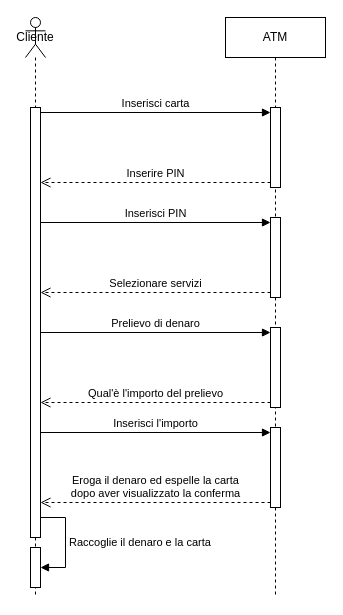
Above: DiagrammaDiSequenza.drawio in HattyDoge/SnowWhite (draw.io), before the change. Source tidied: cells renumbered, new cells numbered last; positions are measured from the earlier drawing's top-left corner, leaving out a move shared by most shapes. Both pictures are drawn from the tidied source at 100%, with x=0, y=0 at pixel (25, 17).
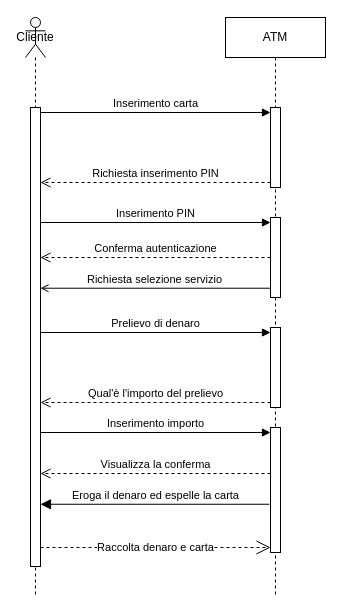
Above is the later version.

The change refers to these unchanged cells:
```xml
<mxCell id="2" value="Cliente" style="shape=umlLifeline;perimeter=lifelinePerimeter;whiteSpace=wrap;html=1;newEdgeStyle={&quot;curved&quot;:0,&quot;rounded&quot;:0};participant=umlActor;" parent="1" vertex="1">
  <mxGeometry width="20" height="580" as="geometry" />
</mxCell>
<mxCell id="6" value="ATM" style="shape=umlLifeline;perimeter=lifelinePerimeter;whiteSpace=wrap;html=1;newEdgeStyle={&quot;curved&quot;:0,&quot;rounded&quot;:0};" parent="1" vertex="1">
  <mxGeometry x="200" width="100" height="580" as="geometry" />
</mxCell>
<mxCell id="7" style="html=1;points=[[0,0,0,0,5],[0,1,0,0,-5],[1,0,0,0,5],[1,1,0,0,-5]];perimeter=orthogonalPerimeter;outlineConnect=0;targetShapes=umlLifeline;portConstraint=eastwest;newEdgeStyle={&quot;curved&quot;:0,&quot;rounded&quot;:0};" parent="6" vertex="1">
  <mxGeometry x="45" y="90" width="10" height="80" as="geometry" />
</mxCell>
<mxCell id="8" style="html=1;points=[[0,0,0,0,5],[0,1,0,0,-5],[1,0,0,0,5],[1,1,0,0,-5]];perimeter=orthogonalPerimeter;outlineConnect=0;targetShapes=umlLifeline;portConstraint=eastwest;newEdgeStyle={&quot;curved&quot;:0,&quot;rounded&quot;:0};" parent="6" vertex="1">
  <mxGeometry x="45" y="200" width="10" height="80" as="geometry" />
</mxCell>
```

Diff of the diagram source:
```diff
@@
     <mxCell id="3" value="&lt;br&gt;&lt;br&gt;&lt;br&gt;&lt;br&gt;&lt;br&gt;&lt;br&gt;" style="html=1;points=[[0,0,0,0,5],[0,1,0,0,-5],[1,0,0,0,5],[1,1,0,0,-5]];perimeter=orthogonalPerimeter;outlineConnect=0;targetShapes=umlLifeline;portConstraint=eastwest;newEdgeStyle={&quot;curved&quot;:0,&quot;rounded&quot;:0};" parent="2" vertex="1">
-      <mxGeometry x="5" y="90" width="10" height="430" as="geometry" />
+      <mxGeometry x="5" y="90" width="10" height="459" as="geometry" />
     </mxCell>
-    <mxCell id="4" style="html=1;points=[[0,0,0,0,5],[0,1,0,0,-5],[1,0,0,0,5],[1,1,0,0,-5]];perimeter=orthogonalPerimeter;outlineConnect=0;targetShapes=umlLifeline;portConstraint=eastwest;newEdgeStyle={&quot;curved&quot;:0,&quot;rounded&quot;:0};" parent="2" vertex="1">
-      <mxGeometry x="5" y="530" width="10" height="40" as="geometry" />
-    </mxCell>
-    <mxCell id="5" value="Raccoglie il denaro e la carta" style="html=1;align=left;spacingLeft=2;endArrow=block;rounded=0;edgeStyle=orthogonalEdgeStyle;curved=0;rounded=0;" parent="2" edge="1" source="3" target="4">
-      <mxGeometry relative="1" as="geometry">
-        <Array as="points">
-          <mxPoint x="40" y="500" />
-          <mxPoint x="40" y="550" />
-        </Array>
-      </mxGeometry>
-    </mxCell>
@@
     <mxCell id="10" style="html=1;points=[[0,0,0,0,5],[0,1,0,0,-5],[1,0,0,0,5],[1,1,0,0,-5]];perimeter=orthogonalPerimeter;outlineConnect=0;targetShapes=umlLifeline;portConstraint=eastwest;newEdgeStyle={&quot;curved&quot;:0,&quot;rounded&quot;:0};" parent="6" vertex="1">
-      <mxGeometry x="45" y="410" width="10" height="80" as="geometry" />
+      <mxGeometry x="45" y="410" width="10" height="125" as="geometry" />
     </mxCell>
-    <mxCell id="11" value="Inserisci carta" style="html=1;verticalAlign=bottom;endArrow=block;curved=0;rounded=0;entryX=0;entryY=0;entryDx=0;entryDy=5;" parent="1" edge="1" source="3" target="7">
+    <mxCell id="11" value="Inserimento carta" style="html=1;verticalAlign=bottom;endArrow=block;curved=0;rounded=0;entryX=0;entryY=0;entryDx=0;entryDy=5;" parent="1" edge="1" source="3" target="7">
       <mxGeometry relative="1" as="geometry" />
     </mxCell>
-    <mxCell id="12" value="Inserire PIN" style="html=1;verticalAlign=bottom;endArrow=open;dashed=1;endSize=8;curved=0;rounded=0;exitX=0;exitY=1;exitDx=0;exitDy=-5;" parent="1" edge="1" source="7" target="3">
+    <mxCell id="12" value="Richiesta inserimento PIN" style="html=1;verticalAlign=bottom;endArrow=open;dashed=1;endSize=8;curved=0;rounded=0;exitX=0;exitY=1;exitDx=0;exitDy=-5;" parent="1" edge="1" source="7" target="3">
       <mxGeometry relative="1" as="geometry" />
     </mxCell>
-    <mxCell id="13" value="Inserisci PIN" style="html=1;verticalAlign=bottom;endArrow=block;curved=0;rounded=0;entryX=0;entryY=0;entryDx=0;entryDy=5;" parent="1" edge="1" source="3" target="8">
+    <mxCell id="13" value="Inserimento PIN" style="html=1;verticalAlign=bottom;endArrow=block;curved=0;rounded=0;entryX=0;entryY=0;entryDx=0;entryDy=5;" parent="1" edge="1" source="3" target="8">
       <mxGeometry relative="1" as="geometry" />
     </mxCell>
-    <mxCell id="14" value="Selezionare servizi" style="html=1;verticalAlign=bottom;endArrow=open;dashed=1;endSize=8;curved=0;rounded=0;exitX=0;exitY=1;exitDx=0;exitDy=-5;exitPerimeter=0;" parent="1" edge="1" source="8" target="3">
+    <mxCell id="14" value="Conferma autenticazione" style="html=1;verticalAlign=bottom;endArrow=open;dashed=1;endSize=8;curved=0;rounded=0;" parent="1" edge="1" source="8" target="3">
       <mxGeometry relative="1" as="geometry" />
     </mxCell>
@@
-    <mxCell id="17" value="Inserisci l'importo" style="html=1;verticalAlign=bottom;endArrow=block;curved=0;rounded=0;entryX=0;entryY=0;entryDx=0;entryDy=5;" parent="1" edge="1" source="3" target="10">
+    <mxCell id="17" value="Inserimento importo" style="html=1;verticalAlign=bottom;endArrow=block;curved=0;rounded=0;entryX=0;entryY=0;entryDx=0;entryDy=5;" parent="1" edge="1" source="3" target="10">
       <mxGeometry relative="1" as="geometry" />
     </mxCell>
-    <mxCell id="18" value="Eroga il denaro ed espelle la carta&lt;br&gt;dopo aver visualizzato la conferma" style="html=1;verticalAlign=bottom;endArrow=open;dashed=1;endSize=8;curved=0;rounded=0;exitX=0;exitY=1;exitDx=0;exitDy=-5;" parent="1" edge="1" source="10" target="3">
+    <mxCell id="18" value="Eroga il denaro ed espelle la carta" style="html=1;verticalAlign=bottom;endArrow=block;endSize=8;curved=0;rounded=0;exitX=-0.114;exitY=0.614;exitDx=0;exitDy=0;endFill=1;exitPerimeter=0;" parent="1" edge="1" source="10" target="3">
       <mxGeometry relative="1" as="geometry" />
     </mxCell>
+    <mxCell id="19" value="Richiesta selezione servizio" style="html=1;verticalAlign=bottom;endArrow=open;curved=0;rounded=0;exitX=-0.057;exitY=0.884;exitDx=0;exitDy=0;exitPerimeter=0;endFill=0;" parent="1" edge="1" source="8" target="3">
+      <mxGeometry relative="1" as="geometry" />
+    </mxCell>
+    <mxCell id="20" value="Visualizza la conferma" style="html=1;verticalAlign=bottom;endArrow=open;dashed=1;endSize=8;curved=0;rounded=0;exitX=0;exitY=1;exitDx=0;exitDy=-5;endFill=0;" parent="1" edge="1">
+      <mxGeometry relative="1" as="geometry">
+        <mxPoint x="245" y="456" as="sourcePoint" />
+        <mxPoint x="15" y="456" as="targetPoint" />
+      </mxGeometry>
+    </mxCell>
+    <mxCell id="21" value="Raccolta denaro e carta" style="endArrow=open;endSize=12;dashed=1;html=1;rounded=0;entryX=0;entryY=1;entryDx=0;entryDy=-5;entryPerimeter=0;" parent="1" edge="1" source="3" target="10">
+      <mxGeometry relative="1" as="geometry" />
+    </mxCell>
```
